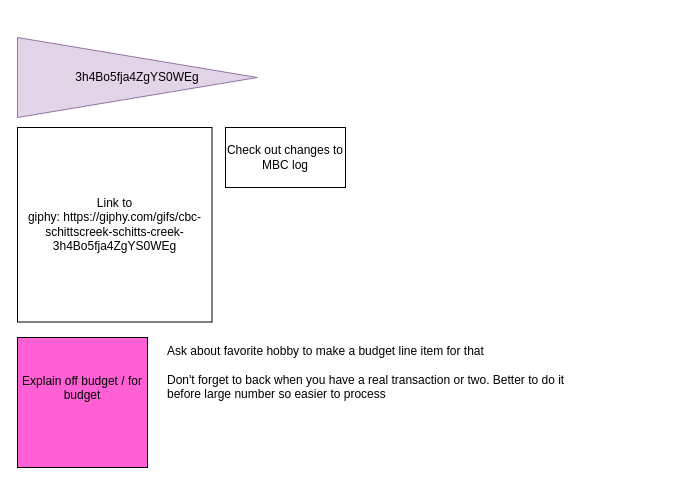
Above: page "Notes" (7 of 8) of packages/desktop-client/public/avatars/jonathanakerman.drawio.xml in zachwhelchel/actual (draw.io), before the change. Source tidied: cells renumbered, new cells numbered last; positions are measured from the earlier drawing's top-left corner, leaving out a move shared by most shapes. Both pictures are drawn from the tidied source at 100%, with x=0, y=0 at pixel (17, 37).
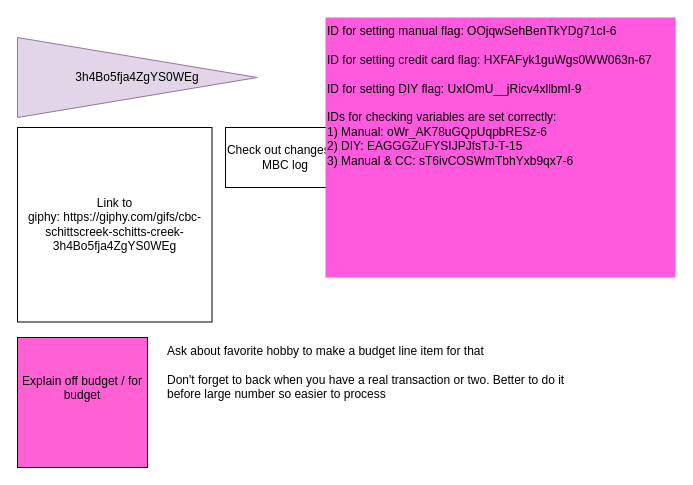
The same page after the edit.

Diff of the diagram source:
```diff
@@
 <mxGraphModel>
   <root>
     <mxCell id="0" />
     <mxCell id="1" parent="0" />
     <mxCell id="2" value="&lt;span style=&quot;background-color: initial;&quot;&gt;Ask about favorite hobby to make a budget line item for that&lt;/span&gt;&lt;div&gt;&lt;br&gt;&lt;/div&gt;&lt;div&gt;Don't forget to back when you have a real transaction or two. Better to do it before large number so easier to process&lt;/div&gt;" style="text;whiteSpace=wrap;html=1;" parent="1" vertex="1">
       <mxGeometry x="148" y="300" width="410" height="80" as="geometry" />
     </mxCell>
     <mxCell id="3" value="Check out changes to MBC log" style="whiteSpace=wrap;html=1;" parent="1" vertex="1">
       <mxGeometry x="208" y="90" width="120" height="60" as="geometry" />
     </mxCell>
     <mxCell id="4" value="&lt;div&gt;&lt;span style=&quot;background-color: initial;&quot;&gt;Explain off budget / for budget&lt;/span&gt;&lt;br&gt;&lt;/div&gt;&lt;div&gt;&lt;br&gt;&lt;/div&gt;&lt;div&gt;&lt;br&gt;&lt;/div&gt;" style="whiteSpace=wrap;html=1;fontStyle=0;fillColor=#FF61D5;" parent="1" vertex="1">
       <mxGeometry y="300" width="130" height="130" as="geometry" />
     </mxCell>
     <mxCell id="5" value="3h4Bo5fja4ZgYS0WEg" style="triangle;whiteSpace=wrap;html=1;fillColor=#e1d5e7;strokeColor=#9673a6;fontStyle=0;" parent="1" vertex="1">
       <mxGeometry width="239.8" height="80" as="geometry" />
     </mxCell>
     <mxCell id="6" value="Link to giphy:&amp;nbsp;https://giphy.com/gifs/cbc-schittscreek-schitts-creek-3h4Bo5fja4ZgYS0WEg&lt;br&gt;" style="whiteSpace=wrap;html=1;fontStyle=0;" parent="1" vertex="1">
       <mxGeometry y="90" width="194.5" height="194.5" as="geometry" />
     </mxCell>
+    <mxCell id="7" value="ID for setting manual flag: OOjqwSehBenTkYDg71cI-6&#10;&#10;ID for setting credit card flag: HXFAFyk1guWgs0WW063n-67&#10;&#10;ID for setting DIY flag: UxIOmU__jRicv4xllbmI-9&#10;&#10;IDs for checking variables are set correctly: &#10;1) Manual: oWr_AK78uGQpUqpbRESz-6&#10;2) DIY: EAGGGZuFYSIJPJfsTJ-T-15&#10;3) Manual &amp; CC: sT6ivCOSWmTbhYxb9qx7-6" style="text;whiteSpace=wrap;fillColor=#FF59DE;" parent="1" vertex="1">
+      <mxGeometry x="308" y="-20" width="350" height="260" as="geometry" />
+    </mxCell>
   </root>
 </mxGraphModel>
```
